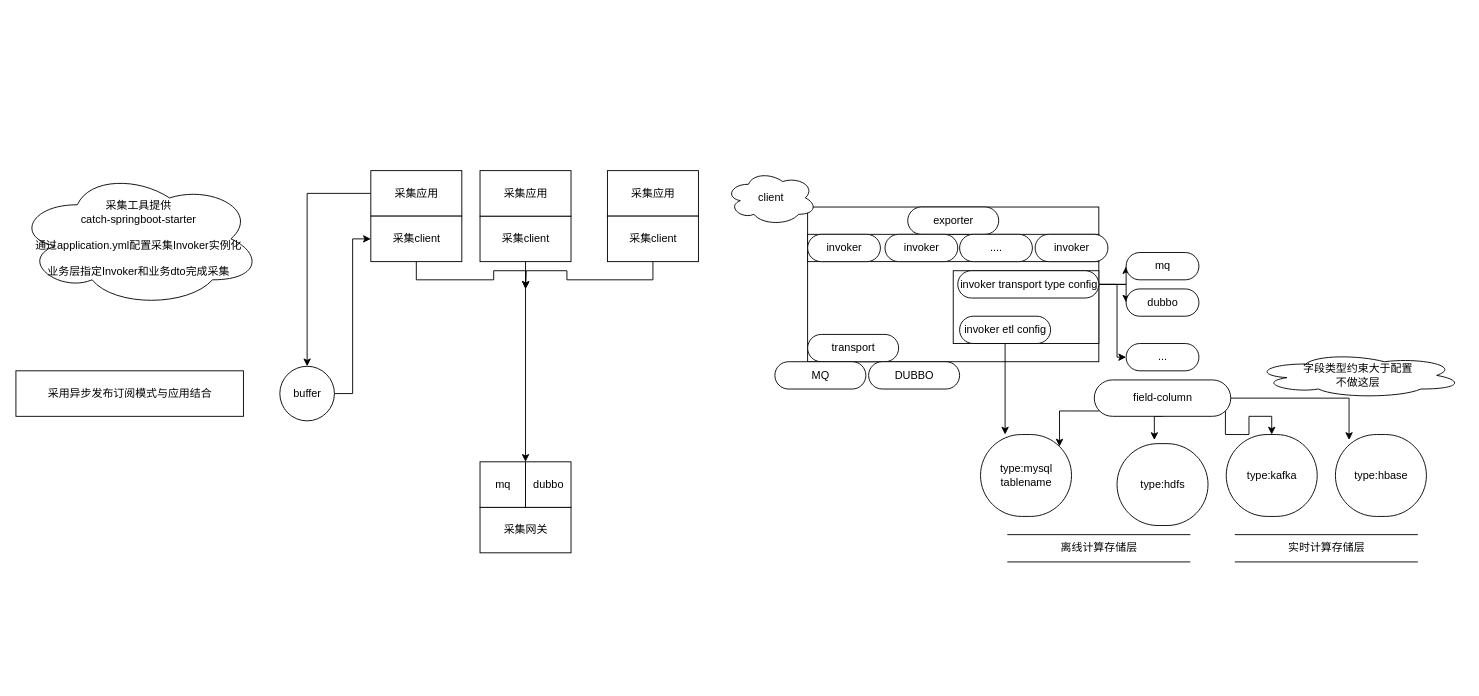
Earlier version of the draw.io diagram Untitled Diagram.drawio (renxinlin/-). Source tidied: cells renumbered, new cells numbered last; positions are measured from the earlier drawing's top-left corner, leaving out a move shared by most shapes. Both pictures are drawn from the tidied source at 91%, with x=0, y=0 at pixel (15, 170).
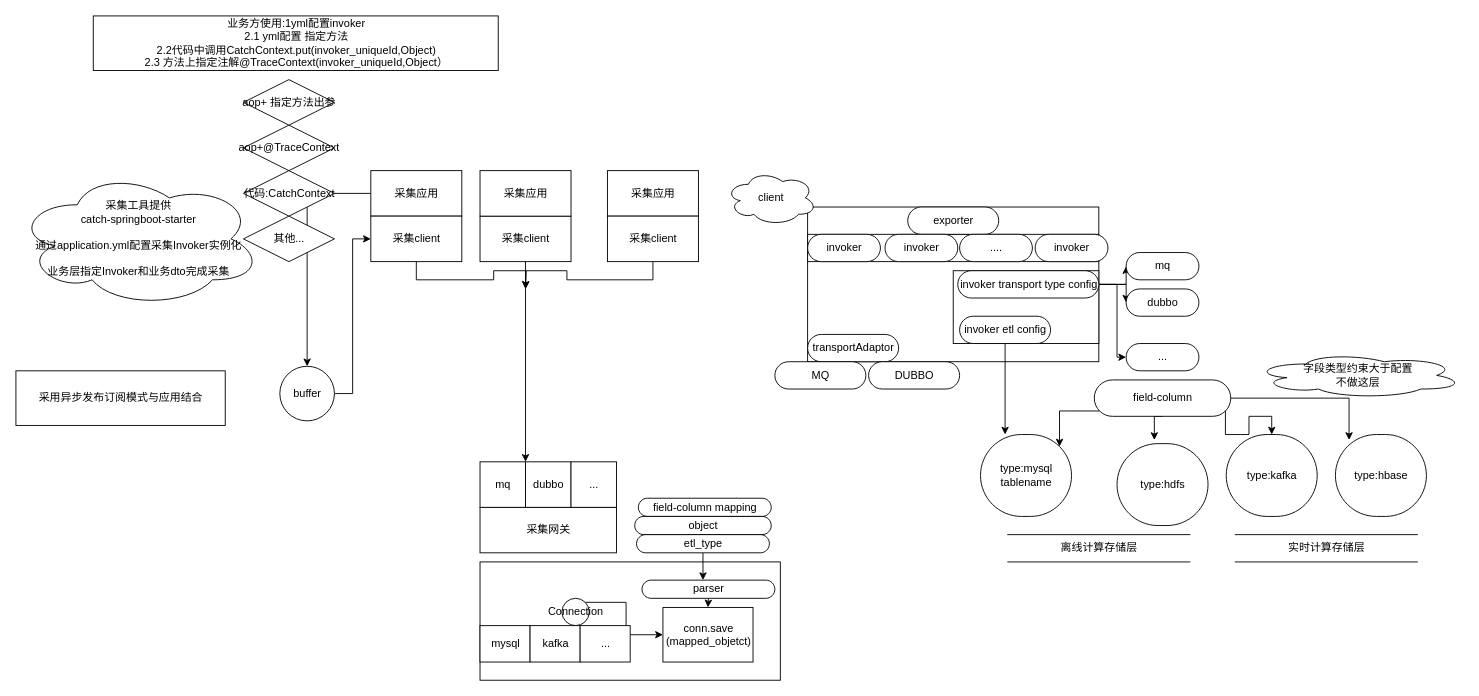
After the change.

What changed in the source:
```diff
@@
+    <mxCell id="52" style="html=1;dashed=0;whitespace=wrap;" parent="1" vertex="1">
+      <mxGeometry x="510" y="430" width="330" height="130" as="geometry" />
+    </mxCell>
@@
     <mxCell id="7" value="采集网关" style="html=1;dashed=0;whitespace=wrap;" parent="1" vertex="1">
-      <mxGeometry x="510" y="370" width="100" height="50" as="geometry" />
+      <mxGeometry x="510" y="370" width="150" height="50" as="geometry" />
     </mxCell>
@@
-    <mxCell id="22" value="transport" style="html=1;dashed=0;whitespace=wrap;shape=mxgraph.dfd.start;" parent="1" vertex="1">
+    <mxCell id="22" value="transportAdaptor" style="html=1;dashed=0;whitespace=wrap;shape=mxgraph.dfd.start;" parent="1" vertex="1">
       <mxGeometry x="870" y="180" width="100" height="30" as="geometry" />
     </mxCell>
@@
     <mxCell id="49" value="采用异步发布订阅模式与应用结合" style="html=1;dashed=0;whitespace=wrap;" parent="1" vertex="1">
-      <mxGeometry y="220" width="250" height="50" as="geometry" />
+      <mxGeometry y="220" width="230" height="60" as="geometry" />
     </mxCell>
@@
+    <mxCell id="53" value="aop+@TraceContext" style="shape=rhombus;html=1;dashed=0;whitespace=wrap;perimeter=rhombusPerimeter;" parent="1" vertex="1">
+      <mxGeometry x="250" y="-50" width="100" height="50" as="geometry" />
+    </mxCell>
+    <mxCell id="54" value="代码:CatchContext" style="shape=rhombus;html=1;dashed=0;whitespace=wrap;perimeter=rhombusPerimeter;" parent="1" vertex="1">
+      <mxGeometry x="250" width="100" height="50" as="geometry" />
+    </mxCell>
+    <mxCell id="55" value="其他..." style="shape=rhombus;html=1;dashed=0;whitespace=wrap;perimeter=rhombusPerimeter;" parent="1" vertex="1">
+      <mxGeometry x="250" y="50" width="100" height="50" as="geometry" />
+    </mxCell>
+    <mxCell id="56" value="aop+ 指定方法出参" style="shape=rhombus;html=1;dashed=0;whitespace=wrap;perimeter=rhombusPerimeter;" parent="1" vertex="1">
+      <mxGeometry x="250" y="-100" width="100" height="50" as="geometry" />
+    </mxCell>
+    <mxCell id="57" value="业务方使用:1yml配置invoker&lt;br&gt;2.1 yml配置 指定方法&lt;br&gt;2.2代码中调用CatchContext.put(invoker_uniqueId,Object)&lt;br&gt;2.3 方法上指定注解@TraceContext(invoker_uniqueId,Object）" style="html=1;dashed=0;whitespace=wrap;" parent="1" vertex="1">
+      <mxGeometry x="85" y="-170" width="445" height="60" as="geometry" />
+    </mxCell>
+    <mxCell id="58" value="..." style="html=1;dashed=0;whitespace=wrap;" parent="1" vertex="1">
+      <mxGeometry x="610" y="320" width="50" height="50" as="geometry" />
+    </mxCell>
+    <mxCell id="59" value="field-column mapping" style="html=1;dashed=0;whitespace=wrap;shape=mxgraph.dfd.start;" parent="1" vertex="1">
+      <mxGeometry x="684" y="360" width="146" height="20" as="geometry" />
+    </mxCell>
+    <mxCell id="60" value="object" style="html=1;dashed=0;whitespace=wrap;shape=mxgraph.dfd.start;" parent="1" vertex="1">
+      <mxGeometry x="680" y="380" width="150" height="20" as="geometry" />
+    </mxCell>
+    <mxCell id="61" style="edgeStyle=orthogonalEdgeStyle;rounded=0;jettySize=auto;html=1;exitX=0.5;exitY=0.5;exitDx=0;exitDy=10;exitPerimeter=0;entryX=0.5;entryY=0;entryDx=0;entryDy=0;" parent="1" edge="1" source="62" target="70">
+      <mxGeometry relative="1" as="geometry" />
+    </mxCell>
+    <mxCell id="62" value="parser" style="html=1;dashed=0;whitespace=wrap;shape=mxgraph.dfd.start;" parent="1" vertex="1">
+      <mxGeometry x="688" y="450" width="146" height="20" as="geometry" />
+    </mxCell>
+    <mxCell id="63" style="edgeStyle=orthogonalEdgeStyle;rounded=0;jettySize=auto;html=1;exitX=0.5;exitY=0.5;exitDx=0;exitDy=10;exitPerimeter=0;entryX=0.459;entryY=0;entryDx=0;entryDy=0;entryPerimeter=0;" parent="1" edge="1" source="64" target="62">
+      <mxGeometry relative="1" as="geometry" />
+    </mxCell>
+    <mxCell id="64" value="etl_type" style="html=1;dashed=0;whitespace=wrap;shape=mxgraph.dfd.start;" parent="1" vertex="1">
+      <mxGeometry x="682" y="400" width="146" height="20" as="geometry" />
+    </mxCell>
+    <mxCell id="65" style="edgeStyle=orthogonalEdgeStyle;rounded=0;jettySize=auto;html=1;exitX=1;exitY=0;exitDx=0;exitDy=0;" parent="1" edge="1" source="66" target="70">
+      <mxGeometry relative="1" as="geometry" />
+    </mxCell>
+    <mxCell id="66" value="Connection" style="shape=ellipse;html=1;dashed=0;whitespace=wrap;perimeter=ellipsePerimeter;" parent="1" vertex="1">
+      <mxGeometry x="600" y="470" width="30" height="30" as="geometry" />
+    </mxCell>
+    <mxCell id="67" value="mysql" style="html=1;dashed=0;whitespace=wrap;" parent="1" vertex="1">
+      <mxGeometry x="510" y="500" width="55" height="40" as="geometry" />
+    </mxCell>
+    <mxCell id="68" value="kafka" style="html=1;dashed=0;whitespace=wrap;" parent="1" vertex="1">
+      <mxGeometry x="565" y="500" width="55" height="40" as="geometry" />
+    </mxCell>
+    <mxCell id="69" value="..." style="html=1;dashed=0;whitespace=wrap;" parent="1" vertex="1">
+      <mxGeometry x="620" y="500" width="55" height="40" as="geometry" />
+    </mxCell>
+    <mxCell id="70" value="conn.save&lt;br&gt;(mapped_objetct)" style="html=1;dashed=0;whitespace=wrap;" parent="1" vertex="1">
+      <mxGeometry x="711" y="480" width="99" height="60" as="geometry" />
+    </mxCell>
```
